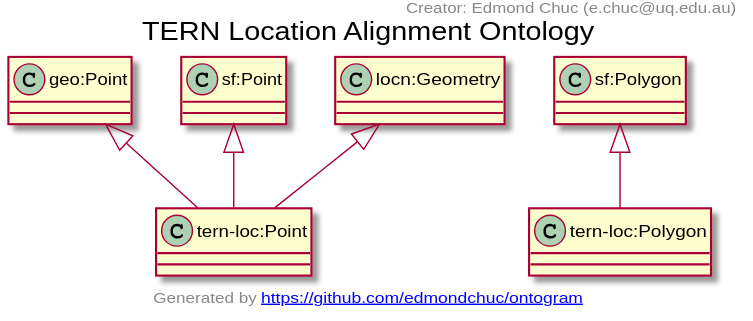
This is docs/tern-loc.ttl.txt.svg from ternaustralia/ontology_tern-loc, a PlantUML export, as it was before one commit.
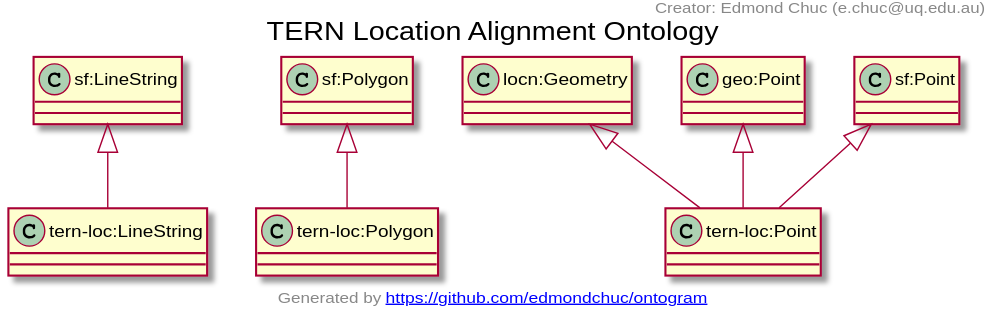
After the commit.

What changed in the source:
```diff
@@ -1,12 +1,15 @@
 @startuml
 title TERN Location Alignment Ontology
+"sf:LineString" <|-- "tern-loc:LineString"
+"sf:Polygon" <|-- "tern-loc:Polygon"
+"locn:Geometry" <|-- "tern-loc:Point"
 "geo:Point" <|-- "tern-loc:Point"
 "sf:Point" <|-- "tern-loc:Point"
-"locn:Geometry" <|-- "tern-loc:Point"
-"sf:Polygon" <|-- "tern-loc:Polygon"
-Class "tern-loc:Point" [[https://w3id.org/tern/ontologies/loc/Point]] {
+Class "tern-loc:LineString" [[https://w3id.org/tern/ontologies/loc/LineString]] {
 }
 Class "tern-loc:Polygon" [[https://w3id.org/tern/ontologies/loc/Polygon]] {
+}
+Class "tern-loc:Point" [[https://w3id.org/tern/ontologies/loc/Point]] {
 }
 header
 Creator: Edmond Chuc (e.chuc@uq.edu.au)
```
